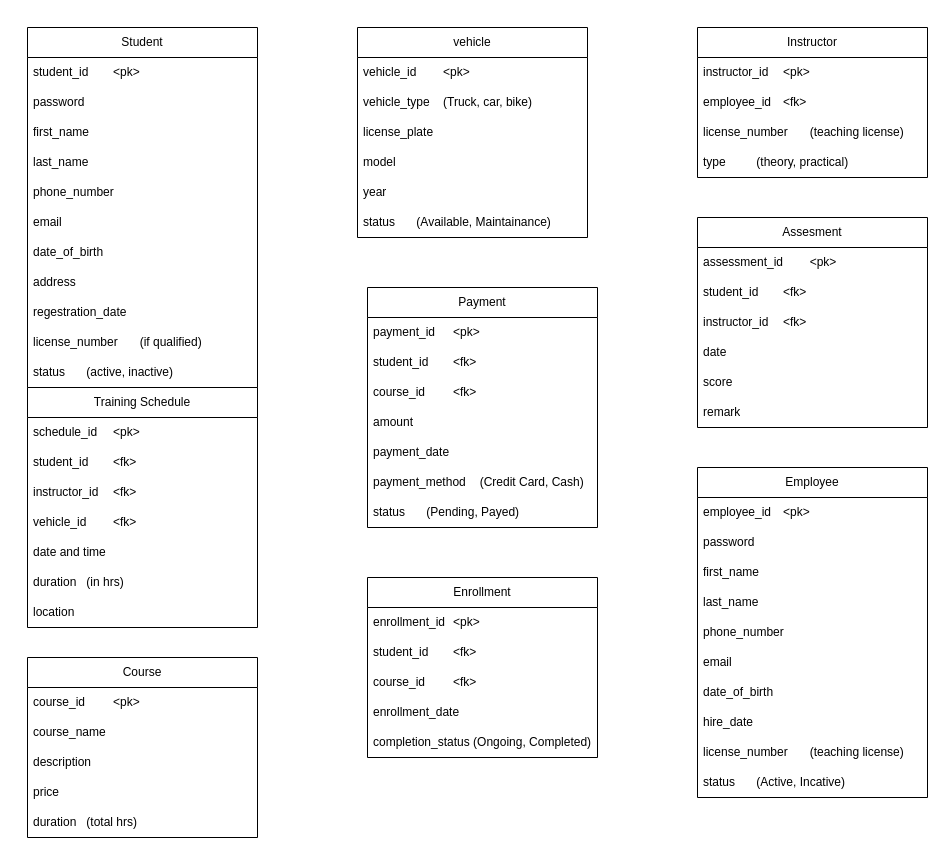
Above: er_dia/drawio.drawio in junckerpoi/m2 (draw.io), before the change. Source tidied: cells renumbered, new cells numbered last; positions are measured from the earlier drawing's top-left corner, leaving out a move shared by most shapes. Both pictures are drawn from the tidied source at 100%, with x=0, y=0 at pixel (27, 27).
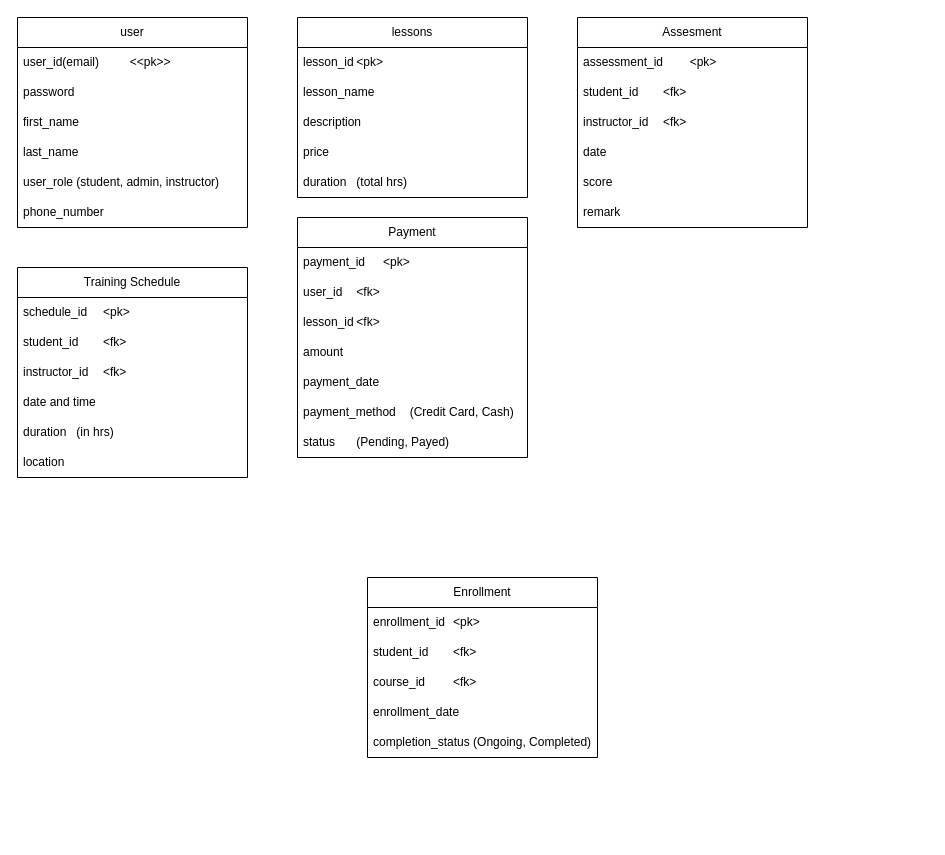
After the change.

Commit message (it also covers changes not shown here):
table relation redefinition

Change to the diagram source:
```diff
@@
-    <mxCell id="2" value="Student" style="swimlane;fontStyle=0;horizontal=1;startSize=30;whiteSpace=wrap;html=1;" parent="1" vertex="1">
-      <mxGeometry width="230" height="360" as="geometry" />
-    </mxCell>
-    <mxCell id="3" value="student_id&lt;span style=&quot;white-space: pre;&quot;&gt;&#9;&lt;/span&gt;&amp;lt;pk&amp;gt;" style="text;strokeColor=none;fillColor=none;align=left;verticalAlign=middle;spacingLeft=4;spacingRight=4;overflow=hidden;whiteSpace=wrap;html=1;" parent="2" vertex="1">
-      <mxGeometry y="30" width="230" height="30" as="geometry" />
-    </mxCell>
-    <mxCell id="4" value="password" style="text;strokeColor=none;fillColor=none;align=left;verticalAlign=middle;spacingLeft=4;spacingRight=4;overflow=hidden;whiteSpace=wrap;html=1;" parent="2" vertex="1">
-      <mxGeometry y="60" width="230" height="30" as="geometry" />
-    </mxCell>
-    <mxCell id="5" value="first_name" style="text;strokeColor=none;fillColor=none;align=left;verticalAlign=middle;spacingLeft=4;spacingRight=4;overflow=hidden;whiteSpace=wrap;html=1;" parent="2" vertex="1">
-      <mxGeometry y="90" width="230" height="30" as="geometry" />
-    </mxCell>
-    <mxCell id="6" value="last_name" style="text;strokeColor=none;fillColor=none;align=left;verticalAlign=middle;spacingLeft=4;spacingRight=4;overflow=hidden;whiteSpace=wrap;html=1;" parent="2" vertex="1">
-      <mxGeometry y="120" width="230" height="30" as="geometry" />
-    </mxCell>
-    <mxCell id="7" value="phone_number" style="text;strokeColor=none;fillColor=none;align=left;verticalAlign=middle;spacingLeft=4;spacingRight=4;overflow=hidden;whiteSpace=wrap;html=1;" parent="2" vertex="1">
-      <mxGeometry y="150" width="230" height="30" as="geometry" />
-    </mxCell>
-    <mxCell id="8" value="email" style="text;strokeColor=none;fillColor=none;align=left;verticalAlign=middle;spacingLeft=4;spacingRight=4;overflow=hidden;whiteSpace=wrap;html=1;" parent="2" vertex="1">
-      <mxGeometry y="180" width="230" height="30" as="geometry" />
-    </mxCell>
-    <mxCell id="9" value="date_of_birth" style="text;strokeColor=none;fillColor=none;align=left;verticalAlign=middle;spacingLeft=4;spacingRight=4;overflow=hidden;whiteSpace=wrap;html=1;" parent="2" vertex="1">
-      <mxGeometry y="210" width="230" height="30" as="geometry" />
-    </mxCell>
-    <mxCell id="10" value="address" style="text;strokeColor=none;fillColor=none;align=left;verticalAlign=middle;spacingLeft=4;spacingRight=4;overflow=hidden;whiteSpace=wrap;html=1;" parent="2" vertex="1">
-      <mxGeometry y="240" width="230" height="30" as="geometry" />
-    </mxCell>
-    <mxCell id="11" value="regestration_date" style="text;strokeColor=none;fillColor=none;align=left;verticalAlign=middle;spacingLeft=4;spacingRight=4;overflow=hidden;whiteSpace=wrap;html=1;" parent="2" vertex="1">
-      <mxGeometry y="270" width="230" height="30" as="geometry" />
-    </mxCell>
-    <mxCell id="12" value="license_number&lt;span style=&quot;white-space: pre;&quot;&gt;&#9;&lt;/span&gt;(if qualified)" style="text;strokeColor=none;fillColor=none;align=left;verticalAlign=middle;spacingLeft=4;spacingRight=4;overflow=hidden;whiteSpace=wrap;html=1;" parent="2" vertex="1">
-      <mxGeometry y="300" width="230" height="30" as="geometry" />
-    </mxCell>
-    <mxCell id="13" value="status&lt;span style=&quot;white-space: pre;&quot;&gt;&#9;&lt;/span&gt;(active, inactive)" style="text;strokeColor=none;fillColor=none;align=left;verticalAlign=middle;spacingLeft=4;spacingRight=4;overflow=hidden;whiteSpace=wrap;html=1;" parent="2" vertex="1">
-      <mxGeometry y="330" width="230" height="30" as="geometry" />
-    </mxCell>
-    <mxCell id="14" value="vehicle" style="swimlane;fontStyle=0;horizontal=1;startSize=30;whiteSpace=wrap;html=1;" parent="1" vertex="1">
-      <mxGeometry x="330" width="230" height="210" as="geometry" />
+    <mxCell id="14" value="user" style="swimlane;fontStyle=0;horizontal=1;startSize=30;whiteSpace=wrap;html=1;" parent="1" vertex="1">
+      <mxGeometry x="-10" y="-10" width="230" height="210" as="geometry" />
     </mxCell>
-    <mxCell id="15" value="vehicle_id&lt;span style=&quot;white-space: pre;&quot;&gt;&#9;&lt;/span&gt;&amp;lt;pk&amp;gt;" style="text;strokeColor=none;fillColor=none;align=left;verticalAlign=middle;spacingLeft=4;spacingRight=4;overflow=hidden;whiteSpace=wrap;html=1;" parent="14" vertex="1">
+    <mxCell id="15" value="user_id(email)&amp;nbsp;&lt;span style=&quot;white-space: pre;&quot;&gt;&#9;&lt;/span&gt;&amp;lt;&amp;lt;pk&amp;gt;&amp;gt;" style="text;strokeColor=none;fillColor=none;align=left;verticalAlign=middle;spacingLeft=4;spacingRight=4;overflow=hidden;whiteSpace=wrap;html=1;" parent="14" vertex="1">
       <mxGeometry y="30" width="230" height="30" as="geometry" />
     </mxCell>
+    <mxCell id="17" value="password" style="text;strokeColor=none;fillColor=none;align=left;verticalAlign=middle;spacingLeft=4;spacingRight=4;overflow=hidden;whiteSpace=wrap;html=1;" parent="14" vertex="1">
+      <mxGeometry y="60" width="230" height="30" as="geometry" />
+    </mxCell>
+    <mxCell id="64" value="first_name" style="text;strokeColor=none;fillColor=none;align=left;verticalAlign=middle;spacingLeft=4;spacingRight=4;overflow=hidden;whiteSpace=wrap;html=1;" parent="14" vertex="1">
+      <mxGeometry y="90" width="230" height="30" as="geometry" />
+    </mxCell>
+    <mxCell id="65" value="last_name" style="text;strokeColor=none;fillColor=none;align=left;verticalAlign=middle;spacingLeft=4;spacingRight=4;overflow=hidden;whiteSpace=wrap;html=1;" parent="14" vertex="1">
+      <mxGeometry y="120" width="230" height="30" as="geometry" />
+    </mxCell>
-    <mxCell id="16" value="vehicle_type&lt;span style=&quot;white-space: pre;&quot;&gt;&#9;&lt;/span&gt;(Truck, car, bike)" style="text;strokeColor=none;fillColor=none;align=left;verticalAlign=middle;spacingLeft=4;spacingRight=4;overflow=hidden;whiteSpace=wrap;html=1;" parent="14" vertex="1">
-      <mxGeometry y="60" width="230" height="30" as="geometry" />
+    <mxCell id="16" value="user_role (student, admin, instructor)" style="text;strokeColor=none;fillColor=none;align=left;verticalAlign=middle;spacingLeft=4;spacingRight=4;overflow=hidden;whiteSpace=wrap;html=1;" parent="14" vertex="1">
+      <mxGeometry y="150" width="230" height="30" as="geometry" />
     </mxCell>
-    <mxCell id="17" value="license_plate" style="text;strokeColor=none;fillColor=none;align=left;verticalAlign=middle;spacingLeft=4;spacingRight=4;overflow=hidden;whiteSpace=wrap;html=1;" parent="14" vertex="1">
-      <mxGeometry y="90" width="230" height="30" as="geometry" />
-    </mxCell>
-    <mxCell id="18" value="model" style="text;strokeColor=none;fillColor=none;align=left;verticalAlign=middle;spacingLeft=4;spacingRight=4;overflow=hidden;whiteSpace=wrap;html=1;" parent="14" vertex="1">
-      <mxGeometry y="120" width="230" height="30" as="geometry" />
+    <mxCell id="18" value="phone_number" style="text;strokeColor=none;fillColor=none;align=left;verticalAlign=middle;spacingLeft=4;spacingRight=4;overflow=hidden;whiteSpace=wrap;html=1;" parent="14" vertex="1">
+      <mxGeometry y="180" width="230" height="30" as="geometry" />
     </mxCell>
-    <mxCell id="19" value="year" style="text;strokeColor=none;fillColor=none;align=left;verticalAlign=middle;spacingLeft=4;spacingRight=4;overflow=hidden;whiteSpace=wrap;html=1;" parent="14" vertex="1">
-      <mxGeometry y="150" width="230" height="30" as="geometry" />
-    </mxCell>
-    <mxCell id="20" value="status&lt;span style=&quot;white-space: pre;&quot;&gt;&#9;&lt;/span&gt;(Available, Maintainance)" style="text;strokeColor=none;fillColor=none;align=left;verticalAlign=middle;spacingLeft=4;spacingRight=4;overflow=hidden;whiteSpace=wrap;html=1;" parent="14" vertex="1">
-      <mxGeometry y="180" width="230" height="30" as="geometry" />
-    </mxCell>
-    <mxCell id="21" value="Instructor" style="swimlane;fontStyle=0;horizontal=1;startSize=30;whiteSpace=wrap;html=1;" parent="1" vertex="1">
-      <mxGeometry x="670" width="230" height="150" as="geometry" />
-    </mxCell>
-    <mxCell id="22" value="instructor_id&lt;span style=&quot;white-space: pre;&quot;&gt;&#9;&lt;/span&gt;&amp;lt;pk&amp;gt;" style="text;strokeColor=none;fillColor=none;align=left;verticalAlign=middle;spacingLeft=4;spacingRight=4;overflow=hidden;whiteSpace=wrap;html=1;" parent="21" vertex="1">
-      <mxGeometry y="30" width="230" height="30" as="geometry" />
-    </mxCell>
-    <mxCell id="23" value="employee_id&lt;span style=&quot;white-space: pre;&quot;&gt;&#9;&lt;/span&gt;&amp;lt;fk&amp;gt;" style="text;strokeColor=none;fillColor=none;align=left;verticalAlign=middle;spacingLeft=4;spacingRight=4;overflow=hidden;whiteSpace=wrap;html=1;" parent="21" vertex="1">
-      <mxGeometry y="60" width="230" height="30" as="geometry" />
-    </mxCell>
-    <mxCell id="24" value="license_number&lt;span style=&quot;white-space: pre;&quot;&gt;&#9;&lt;/span&gt;(teaching license)" style="text;strokeColor=none;fillColor=none;align=left;verticalAlign=middle;spacingLeft=4;spacingRight=4;overflow=hidden;whiteSpace=wrap;html=1;" parent="21" vertex="1">
-      <mxGeometry y="90" width="230" height="30" as="geometry" />
-    </mxCell>
-    <mxCell id="25" value="type&lt;span style=&quot;white-space: pre;&quot;&gt;&#9;&lt;/span&gt;&lt;span style=&quot;white-space: pre;&quot;&gt;&#9;&lt;/span&gt;(theory, practical)" style="text;strokeColor=none;fillColor=none;align=left;verticalAlign=middle;spacingLeft=4;spacingRight=4;overflow=hidden;whiteSpace=wrap;html=1;" parent="21" vertex="1">
-      <mxGeometry y="120" width="230" height="30" as="geometry" />
-    </mxCell>
     <mxCell id="26" value="Training Schedule" style="swimlane;fontStyle=0;horizontal=1;startSize=30;whiteSpace=wrap;html=1;" parent="1" vertex="1">
-      <mxGeometry y="360" width="230" height="240" as="geometry" />
+      <mxGeometry x="-10" y="240" width="230" height="210" as="geometry" />
     </mxCell>
@@
-    <mxCell id="30" value="vehicle_id&lt;span style=&quot;white-space: pre;&quot;&gt;&#9;&lt;/span&gt;&amp;lt;fk&amp;gt;" style="text;strokeColor=none;fillColor=none;align=left;verticalAlign=middle;spacingLeft=4;spacingRight=4;overflow=hidden;whiteSpace=wrap;html=1;" parent="26" vertex="1">
-      <mxGeometry y="120" width="230" height="30" as="geometry" />
-    </mxCell>
     <mxCell id="31" value="date and time" style="text;strokeColor=none;fillColor=none;align=left;verticalAlign=middle;spacingLeft=4;spacingRight=4;overflow=hidden;whiteSpace=wrap;html=1;" parent="26" vertex="1">
-      <mxGeometry y="150" width="230" height="30" as="geometry" />
+      <mxGeometry y="120" width="230" height="30" as="geometry" />
     </mxCell>
     <mxCell id="32" value="duration &lt;span style=&quot;white-space: pre;&quot;&gt;&#9;&lt;/span&gt;(in hrs)" style="text;strokeColor=none;fillColor=none;align=left;verticalAlign=middle;spacingLeft=4;spacingRight=4;overflow=hidden;whiteSpace=wrap;html=1;" parent="26" vertex="1">
-      <mxGeometry y="180" width="230" height="30" as="geometry" />
+      <mxGeometry y="150" width="230" height="30" as="geometry" />
     </mxCell>
     <mxCell id="33" value="location" style="text;strokeColor=none;fillColor=none;align=left;verticalAlign=middle;spacingLeft=4;spacingRight=4;overflow=hidden;whiteSpace=wrap;html=1;" parent="26" vertex="1">
-      <mxGeometry y="210" width="230" height="30" as="geometry" />
+      <mxGeometry y="180" width="230" height="30" as="geometry" />
     </mxCell>
     <mxCell id="34" value="Payment" style="swimlane;fontStyle=0;horizontal=1;startSize=30;whiteSpace=wrap;html=1;" parent="1" vertex="1">
-      <mxGeometry x="340" y="260" width="230" height="240" as="geometry" />
+      <mxGeometry x="270" y="190" width="230" height="240" as="geometry" />
     </mxCell>
@@
-    <mxCell id="36" value="student_id&lt;span style=&quot;white-space: pre;&quot;&gt;&#9;&lt;/span&gt;&amp;lt;fk&amp;gt;" style="text;strokeColor=none;fillColor=none;align=left;verticalAlign=middle;spacingLeft=4;spacingRight=4;overflow=hidden;whiteSpace=wrap;html=1;" parent="34" vertex="1">
+    <mxCell id="36" value="user_id&lt;span style=&quot;white-space: pre;&quot;&gt;&#9;&lt;/span&gt;&amp;lt;fk&amp;gt;" style="text;strokeColor=none;fillColor=none;align=left;verticalAlign=middle;spacingLeft=4;spacingRight=4;overflow=hidden;whiteSpace=wrap;html=1;" parent="34" vertex="1">
       <mxGeometry y="60" width="230" height="30" as="geometry" />
     </mxCell>
-    <mxCell id="37" value="course_id&lt;span style=&quot;white-space: pre;&quot;&gt;&#9;&lt;/span&gt;&amp;lt;fk&amp;gt;" style="text;strokeColor=none;fillColor=none;align=left;verticalAlign=middle;spacingLeft=4;spacingRight=4;overflow=hidden;whiteSpace=wrap;html=1;" parent="34" vertex="1">
+    <mxCell id="37" value="lesson_id&lt;span style=&quot;white-space: pre;&quot;&gt;&#9;&lt;/span&gt;&amp;lt;fk&amp;gt;" style="text;strokeColor=none;fillColor=none;align=left;verticalAlign=middle;spacingLeft=4;spacingRight=4;overflow=hidden;whiteSpace=wrap;html=1;" parent="34" vertex="1">
       <mxGeometry y="90" width="230" height="30" as="geometry" />
     </mxCell>
@@
-    <mxCell id="42" value="Course" style="swimlane;fontStyle=0;horizontal=1;startSize=30;whiteSpace=wrap;html=1;" parent="1" vertex="1">
-      <mxGeometry y="630" width="230" height="180" as="geometry" />
+    <mxCell id="42" value="lessons" style="swimlane;fontStyle=0;horizontal=1;startSize=30;whiteSpace=wrap;html=1;" parent="1" vertex="1">
+      <mxGeometry x="270" y="-10" width="230" height="180" as="geometry" />
     </mxCell>
-    <mxCell id="43" value="course_id&lt;span style=&quot;white-space: pre;&quot;&gt;&#9;&lt;/span&gt;&amp;lt;pk&amp;gt;" style="text;strokeColor=none;fillColor=none;align=left;verticalAlign=middle;spacingLeft=4;spacingRight=4;overflow=hidden;whiteSpace=wrap;html=1;" parent="42" vertex="1">
+    <mxCell id="43" value="lesson_id&lt;span style=&quot;white-space: pre;&quot;&gt;&#9;&lt;/span&gt;&amp;lt;pk&amp;gt;" style="text;strokeColor=none;fillColor=none;align=left;verticalAlign=middle;spacingLeft=4;spacingRight=4;overflow=hidden;whiteSpace=wrap;html=1;" parent="42" vertex="1">
       <mxGeometry y="30" width="230" height="30" as="geometry" />
     </mxCell>
-    <mxCell id="44" value="course_name" style="text;strokeColor=none;fillColor=none;align=left;verticalAlign=middle;spacingLeft=4;spacingRight=4;overflow=hidden;whiteSpace=wrap;html=1;" parent="42" vertex="1">
+    <mxCell id="44" value="lesson_name" style="text;strokeColor=none;fillColor=none;align=left;verticalAlign=middle;spacingLeft=4;spacingRight=4;overflow=hidden;whiteSpace=wrap;html=1;" parent="42" vertex="1">
       <mxGeometry y="60" width="230" height="30" as="geometry" />
     </mxCell>
@@
     <mxCell id="54" value="Assesment" style="swimlane;fontStyle=0;horizontal=1;startSize=30;whiteSpace=wrap;html=1;" parent="1" vertex="1">
-      <mxGeometry x="670" y="190" width="230" height="210" as="geometry" />
+      <mxGeometry x="550" y="-10" width="230" height="210" as="geometry" />
     </mxCell>
@@
-    <mxCell id="61" value="Employee" style="swimlane;fontStyle=0;horizontal=1;startSize=30;whiteSpace=wrap;html=1;" parent="1" vertex="1">
-      <mxGeometry x="670" y="440" width="230" height="330" as="geometry" />
-    </mxCell>
-    <mxCell id="62" value="employee_id&lt;span style=&quot;white-space: pre;&quot;&gt;&#9;&lt;/span&gt;&amp;lt;pk&amp;gt;" style="text;strokeColor=none;fillColor=none;align=left;verticalAlign=middle;spacingLeft=4;spacingRight=4;overflow=hidden;whiteSpace=wrap;html=1;" parent="61" vertex="1">
-      <mxGeometry y="30" width="230" height="30" as="geometry" />
-    </mxCell>
-    <mxCell id="63" value="password" style="text;strokeColor=none;fillColor=none;align=left;verticalAlign=middle;spacingLeft=4;spacingRight=4;overflow=hidden;whiteSpace=wrap;html=1;" parent="61" vertex="1">
-      <mxGeometry y="60" width="230" height="30" as="geometry" />
-    </mxCell>
-    <mxCell id="64" value="first_name" style="text;strokeColor=none;fillColor=none;align=left;verticalAlign=middle;spacingLeft=4;spacingRight=4;overflow=hidden;whiteSpace=wrap;html=1;" parent="61" vertex="1">
-      <mxGeometry y="90" width="230" height="30" as="geometry" />
-    </mxCell>
-    <mxCell id="65" value="last_name" style="text;strokeColor=none;fillColor=none;align=left;verticalAlign=middle;spacingLeft=4;spacingRight=4;overflow=hidden;whiteSpace=wrap;html=1;" parent="61" vertex="1">
-      <mxGeometry y="120" width="230" height="30" as="geometry" />
-    </mxCell>
-    <mxCell id="66" value="phone_number" style="text;strokeColor=none;fillColor=none;align=left;verticalAlign=middle;spacingLeft=4;spacingRight=4;overflow=hidden;whiteSpace=wrap;html=1;" parent="61" vertex="1">
-      <mxGeometry y="150" width="230" height="30" as="geometry" />
-    </mxCell>
-    <mxCell id="67" value="email" style="text;strokeColor=none;fillColor=none;align=left;verticalAlign=middle;spacingLeft=4;spacingRight=4;overflow=hidden;whiteSpace=wrap;html=1;" parent="61" vertex="1">
-      <mxGeometry y="180" width="230" height="30" as="geometry" />
-    </mxCell>
-    <mxCell id="68" value="date_of_birth" style="text;strokeColor=none;fillColor=none;align=left;verticalAlign=middle;spacingLeft=4;spacingRight=4;overflow=hidden;whiteSpace=wrap;html=1;" parent="61" vertex="1">
-      <mxGeometry y="210" width="230" height="30" as="geometry" />
-    </mxCell>
-    <mxCell id="69" value="hire_date" style="text;strokeColor=none;fillColor=none;align=left;verticalAlign=middle;spacingLeft=4;spacingRight=4;overflow=hidden;whiteSpace=wrap;html=1;" parent="61" vertex="1">
-      <mxGeometry y="240" width="230" height="30" as="geometry" />
-    </mxCell>
-    <mxCell id="70" value="license_number&lt;span style=&quot;white-space: pre;&quot;&gt;&#9;&lt;/span&gt;(teaching license)" style="text;strokeColor=none;fillColor=none;align=left;verticalAlign=middle;spacingLeft=4;spacingRight=4;overflow=hidden;whiteSpace=wrap;html=1;" parent="61" vertex="1">
-      <mxGeometry y="270" width="230" height="30" as="geometry" />
-    </mxCell>
-    <mxCell id="71" value="status&lt;span style=&quot;white-space: pre;&quot;&gt;&#9;&lt;/span&gt;(Active, Incative)" style="text;strokeColor=none;fillColor=none;align=left;verticalAlign=middle;spacingLeft=4;spacingRight=4;overflow=hidden;whiteSpace=wrap;html=1;" parent="61" vertex="1">
-      <mxGeometry y="300" width="230" height="30" as="geometry" />
-    </mxCell>
```
